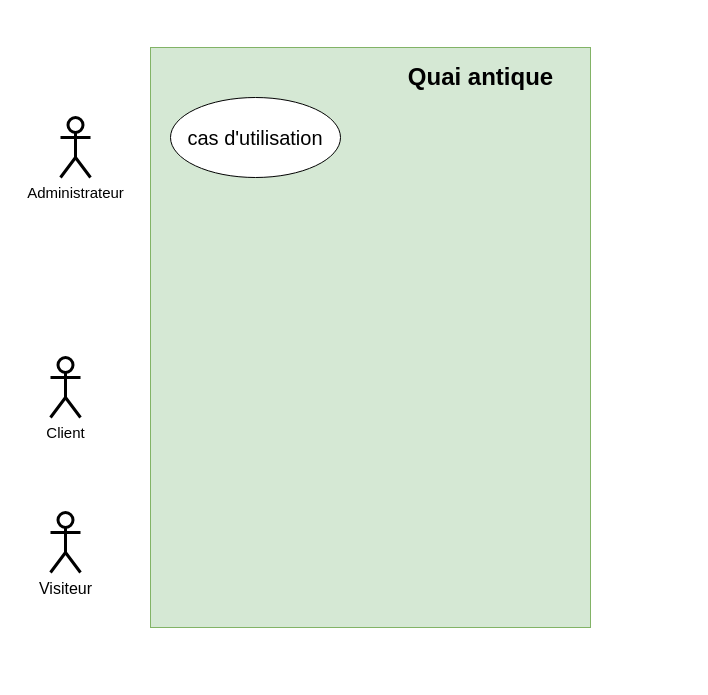
The draw.io diagram Diagramme sans nom.drawio in amerals/Projet-fil-rouge---D-veloppement-front-end, before the edit. Source tidied: cells renumbered, new cells numbered last; positions are measured from the earlier drawing's top-left corner, leaving out a move shared by most shapes. Both pictures are drawn from the tidied source at 100%, with x=0, y=0 at pixel (50, 47).
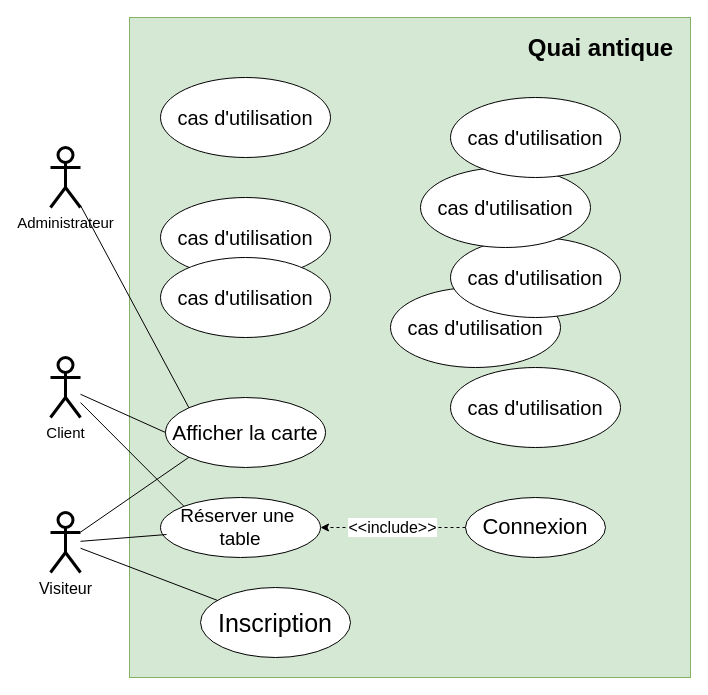
After the change.

Commit message:
Mettre à jour Diagramme sans nom.drawio

The change refers to these unchanged cells:
```xml
<mxCell id="5" value="&lt;font style=&quot;font-size: 15px;&quot;&gt;Client &lt;/font&gt;" style="shape=umlActor;verticalLabelPosition=bottom;verticalAlign=top;html=1;outlineConnect=0;strokeWidth=3;" parent="1" vertex="1">
  <mxGeometry y="310" width="30" height="60" as="geometry" />
</mxCell>
<mxCell id="7" value="&lt;font style=&quot;font-size: 16px;&quot;&gt;Visiteur&lt;/font&gt;" style="shape=umlActor;verticalLabelPosition=bottom;verticalAlign=top;html=1;outlineConnect=0;strokeWidth=3;" parent="1" vertex="1">
  <mxGeometry y="465" width="30" height="60" as="geometry" />
</mxCell>
```

Diff of the diagram source:
```diff
@@
-    <mxCell id="2" style="rounded=0;whiteSpace=wrap;html=1;fillColor=#d5e8d4;strokeColor=#82b366;" parent="1" vertex="1">
-      <mxGeometry x="100" width="440" height="580" as="geometry" />
+    <mxCell id="2" value="&lt;br&gt;&lt;div&gt;&lt;br/&gt;&lt;/div&gt;" style="rounded=0;whiteSpace=wrap;html=1;fillColor=#d5e8d4;strokeColor=#82b366;" parent="1" vertex="1">
+      <mxGeometry x="79" y="-30" width="561" height="660" as="geometry" />
     </mxCell>
     <mxCell id="3" value="Quai antique" style="text;strokeColor=none;fillColor=none;html=1;fontSize=24;fontStyle=1;verticalAlign=middle;align=center;" parent="1" vertex="1">
-      <mxGeometry x="350" y="10" width="160" height="40" as="geometry" />
+      <mxGeometry x="470" y="-19" width="160" height="40" as="geometry" />
     </mxCell>
-    <mxCell id="4" value="&lt;font style=&quot;font-size: 20px;&quot;&gt;cas d'utilisation&lt;/font&gt;" style="ellipse;whiteSpace=wrap;html=1;" parent="1" vertex="1">
-      <mxGeometry x="120" y="50" width="170" height="80" as="geometry" />
+    <mxCell id="4" value="&lt;font style=&quot;font-size: 25px;&quot;&gt;Inscription&lt;/font&gt;" style="ellipse;whiteSpace=wrap;html=1;" parent="1" vertex="1">
+      <mxGeometry x="150" y="540" width="150" height="70" as="geometry" />
     </mxCell>
+    <mxCell id="8" style="rounded=0;jettySize=auto;html=1;entryX=0;entryY=0;entryDx=0;entryDy=0;endArrow=none;endFill=0;" parent="1" edge="1" source="5" target="18">
+      <mxGeometry relative="1" as="geometry" />
+    </mxCell>
+    <mxCell id="9" style="rounded=0;jettySize=auto;html=1;entryX=0;entryY=0.5;entryDx=0;entryDy=0;endArrow=none;endFill=0;" parent="1" edge="1" source="5" target="15">
+      <mxGeometry relative="1" as="geometry" />
+    </mxCell>
@@
+    <mxCell id="10" style="rounded=0;jettySize=auto;html=1;entryX=0;entryY=0;entryDx=0;entryDy=0;endArrow=none;endFill=0;" parent="1" edge="1" source="6" target="15">
+      <mxGeometry relative="1" as="geometry" />
+    </mxCell>
     <mxCell id="6" value="&lt;font style=&quot;font-size: 15px;&quot;&gt;Administrateur&lt;/font&gt;" style="shape=umlActor;verticalLabelPosition=bottom;verticalAlign=top;html=1;outlineConnect=0;strokeWidth=3;" parent="1" vertex="1">
-      <mxGeometry x="10" y="70" width="30" height="60" as="geometry" />
+      <mxGeometry y="100" width="30" height="60" as="geometry" />
     </mxCell>
+    <mxCell id="11" style="rounded=0;jettySize=auto;html=1;endArrow=none;endFill=0;" parent="1" edge="1" source="7" target="4">
+      <mxGeometry relative="1" as="geometry" />
+    </mxCell>
+    <mxCell id="12" style="rounded=0;jettySize=auto;html=1;entryX=0;entryY=1;entryDx=0;entryDy=0;endArrow=none;endFill=0;" parent="1" edge="1" source="7" target="15">
+      <mxGeometry relative="1" as="geometry" />
+    </mxCell>
@@
+    <mxCell id="13" value="&lt;font style=&quot;font-size: 20px;&quot;&gt;cas d'utilisation&lt;/font&gt;" style="ellipse;whiteSpace=wrap;html=1;" parent="1" vertex="1">
+      <mxGeometry x="110" y="30" width="170" height="80" as="geometry" />
+    </mxCell>
+    <mxCell id="14" value="&lt;font style=&quot;font-size: 20px;&quot;&gt;cas d'utilisation&lt;/font&gt;" style="ellipse;whiteSpace=wrap;html=1;" parent="1" vertex="1">
+      <mxGeometry x="110" y="150" width="170" height="80" as="geometry" />
+    </mxCell>
+    <mxCell id="15" value="&lt;font style=&quot;font-size: 21px;&quot;&gt;Afficher la carte&lt;font style=&quot;font-size: 21px;&quot;&gt;&lt;br&gt;&lt;/font&gt;&lt;/font&gt;" style="ellipse;whiteSpace=wrap;html=1;" parent="1" vertex="1">
+      <mxGeometry x="115" y="350" width="160" height="70" as="geometry" />
+    </mxCell>
+    <mxCell id="16" value="&lt;font style=&quot;font-size: 16px;&quot;&gt;&amp;lt;&amp;lt;include&amp;gt;&amp;gt;&lt;/font&gt;" style="rounded=0;jettySize=auto;html=1;endArrow=classic;endFill=1;dashed=1;" parent="1" edge="1" source="17" target="18">
+      <mxGeometry relative="1" as="geometry" />
+    </mxCell>
+    <mxCell id="17" value="&lt;font style=&quot;font-size: 22px;&quot;&gt;Connexion&lt;/font&gt;" style="ellipse;whiteSpace=wrap;html=1;" parent="1" vertex="1">
+      <mxGeometry x="415" y="450" width="140" height="60" as="geometry" />
+    </mxCell>
+    <mxCell id="18" value="&lt;div&gt;&lt;font style=&quot;font-size: 19px;&quot;&gt;Réserver une&amp;nbsp;&lt;/font&gt;&lt;/div&gt;&lt;div&gt;&lt;font style=&quot;font-size: 19px;&quot;&gt;table&lt;/font&gt;&lt;/div&gt;" style="ellipse;whiteSpace=wrap;html=1;" parent="1" vertex="1">
+      <mxGeometry x="110" y="450" width="160" height="60" as="geometry" />
+    </mxCell>
+    <mxCell id="19" value="&lt;font style=&quot;font-size: 20px;&quot;&gt;cas d'utilisation&lt;/font&gt;" style="ellipse;whiteSpace=wrap;html=1;" parent="1" vertex="1">
+      <mxGeometry x="400" y="320" width="170" height="80" as="geometry" />
+    </mxCell>
+    <mxCell id="20" value="&lt;font style=&quot;font-size: 20px;&quot;&gt;cas d'utilisation&lt;/font&gt;" style="ellipse;whiteSpace=wrap;html=1;" parent="1" vertex="1">
+      <mxGeometry x="110" y="210" width="170" height="80" as="geometry" />
+    </mxCell>
+    <mxCell id="21" value="&lt;font style=&quot;font-size: 20px;&quot;&gt;cas d'utilisation&lt;/font&gt;" style="ellipse;whiteSpace=wrap;html=1;" parent="1" vertex="1">
+      <mxGeometry x="340" y="240" width="170" height="80" as="geometry" />
+    </mxCell>
+    <mxCell id="22" value="&lt;font style=&quot;font-size: 20px;&quot;&gt;cas d'utilisation&lt;/font&gt;" style="ellipse;whiteSpace=wrap;html=1;" parent="1" vertex="1">
+      <mxGeometry x="400" y="190" width="170" height="80" as="geometry" />
+    </mxCell>
+    <mxCell id="23" value="&lt;font style=&quot;font-size: 20px;&quot;&gt;cas d'utilisation&lt;/font&gt;" style="ellipse;whiteSpace=wrap;html=1;" parent="1" vertex="1">
+      <mxGeometry x="370" y="120" width="170" height="80" as="geometry" />
+    </mxCell>
+    <mxCell id="24" value="&lt;font style=&quot;font-size: 20px;&quot;&gt;cas d'utilisation&lt;/font&gt;" style="ellipse;whiteSpace=wrap;html=1;" parent="1" vertex="1">
+      <mxGeometry x="400" y="50" width="170" height="80" as="geometry" />
+    </mxCell>
+    <mxCell id="25" style="rounded=0;jettySize=auto;html=1;entryX=0.038;entryY=0.617;entryDx=0;entryDy=0;entryPerimeter=0;endArrow=none;endFill=0;" parent="1" edge="1" source="7" target="18">
+      <mxGeometry relative="1" as="geometry" />
+    </mxCell>
```
